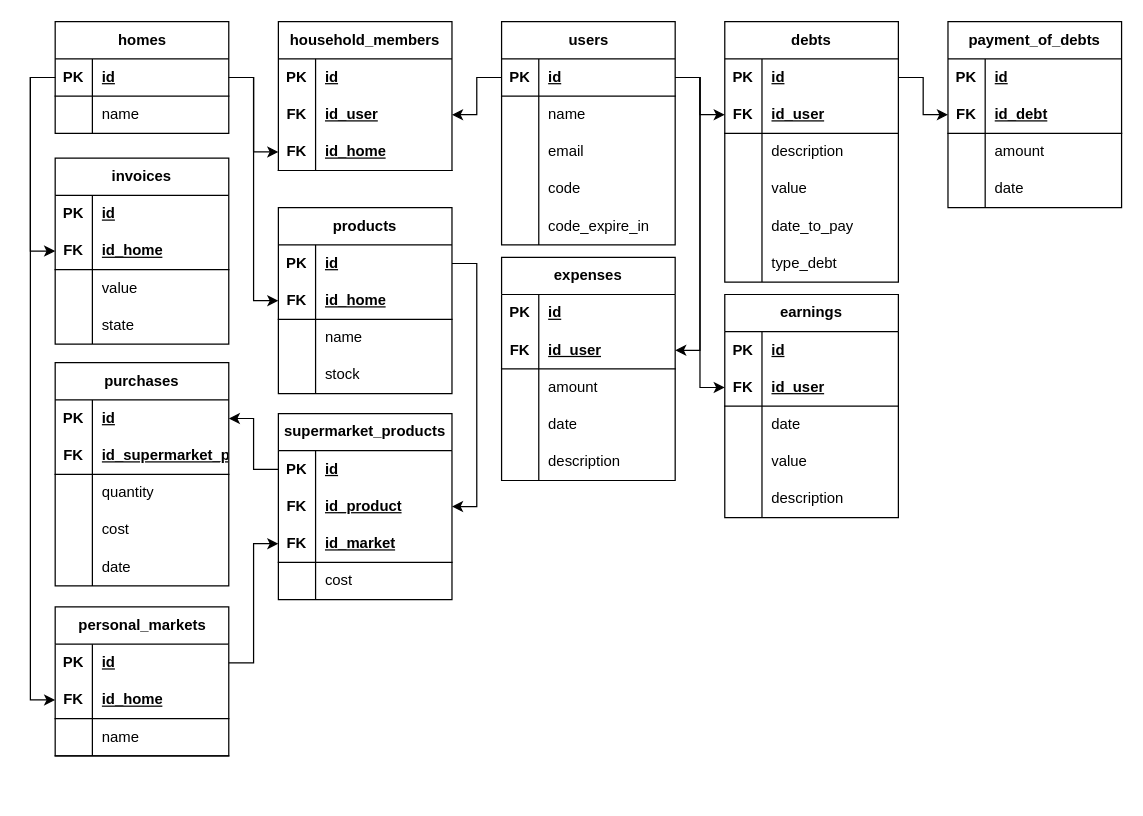
This is docs/db-home.drawio from yxd99/api-sweet-home, a draw.io file, before an edit. Source tidied: cells renumbered, new cells numbered last; positions are measured from the earlier drawing's top-left corner, leaving out a move shared by most shapes. Both pictures are drawn from the tidied source at 124%, with x=0, y=0 at pixel (30, 21).
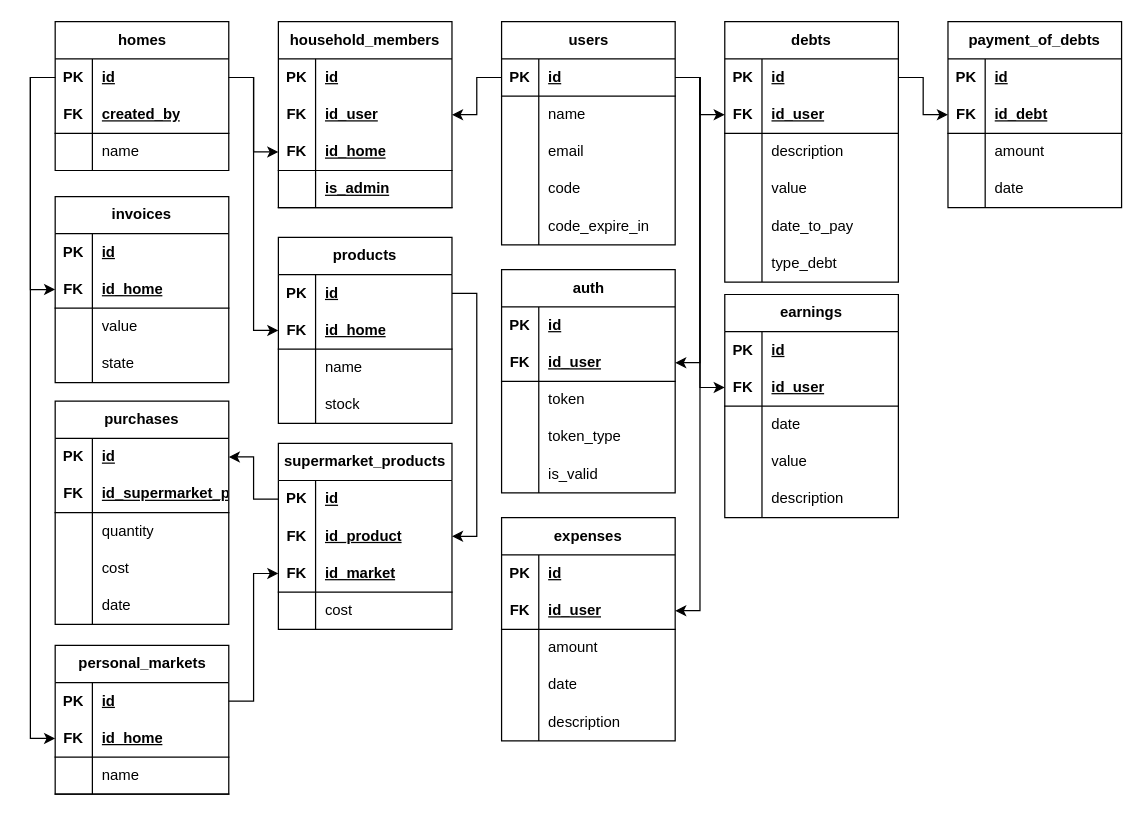
Above is the later version.

The change refers to these unchanged cells:
```xml
<mxCell id="21" style="shape=tableRow;horizontal=0;startSize=0;swimlaneHead=0;swimlaneBody=0;fillColor=none;points=[[0,0.5],[1,0.5]];portConstraint=eastwest;top=0;left=0;right=0;bottom=1;" parent="20" vertex="1">
  <mxGeometry y="30" width="140" height="30" as="geometry" />
</mxCell>
<mxCell id="89" style="shape=tableRow;horizontal=0;startSize=0;swimlaneHead=0;swimlaneBody=0;fillColor=none;points=[[0,0.5],[1,0.5]];portConstraint=eastwest;top=0;left=0;right=0;bottom=0;html=1;" parent="88" vertex="1">
  <mxGeometry y="30" width="140" height="30" as="geometry" />
</mxCell>
<mxCell id="120" style="shape=tableRow;horizontal=0;startSize=0;swimlaneHead=0;swimlaneBody=0;fillColor=none;points=[[0,0.5],[1,0.5]];portConstraint=eastwest;top=0;left=0;right=0;bottom=1;html=1;" parent="116" vertex="1">
  <mxGeometry y="60" width="140" height="30" as="geometry" />
</mxCell>
<mxCell id="137" style="shape=tableRow;horizontal=0;startSize=0;swimlaneHead=0;swimlaneBody=0;fillColor=none;points=[[0,0.5],[1,0.5]];portConstraint=eastwest;top=0;left=0;right=0;bottom=0;html=1;" parent="133" vertex="1">
  <mxGeometry y="60" width="140" height="30" as="geometry" />
</mxCell>
<mxCell id="140" style="shape=tableRow;horizontal=0;startSize=0;swimlaneHead=0;swimlaneBody=0;fillColor=none;points=[[0,0.5],[1,0.5]];portConstraint=eastwest;top=0;left=0;right=0;bottom=1;html=1;" parent="133" vertex="1">
  <mxGeometry y="90" width="140" height="30" as="geometry" />
</mxCell>
<mxCell id="165" style="shape=tableRow;horizontal=0;startSize=0;swimlaneHead=0;swimlaneBody=0;fillColor=none;points=[[0,0.5],[1,0.5]];portConstraint=eastwest;top=0;left=0;right=0;bottom=0;" parent="164" vertex="1">
  <mxGeometry y="30" width="140" height="30" as="geometry" />
</mxCell>
<mxCell id="168" style="shape=tableRow;horizontal=0;startSize=0;swimlaneHead=0;swimlaneBody=0;fillColor=none;points=[[0,0.5],[1,0.5]];portConstraint=eastwest;top=0;left=0;right=0;bottom=1;" parent="164" vertex="1">
  <mxGeometry y="60" width="140" height="30" as="geometry" />
</mxCell>
```

Change to the diagram source:
```diff
@@
     <mxCell id="2" value="homes" style="shape=table;startSize=30;childLayout=tableLayout;rowLines=0;fontStyle=1;align=center;html=1;" parent="1" vertex="1">
-      <mxGeometry x="20" width="140" height="90" as="geometry" />
+      <mxGeometry x="20" width="140" height="120" as="geometry" />
     </mxCell>
-    <mxCell id="3" style="shape=tableRow;horizontal=0;startSize=0;swimlaneHead=0;swimlaneBody=0;fillColor=none;points=[[0,0.5],[1,0.5]];portConstraint=eastwest;top=0;left=0;right=0;bottom=1;" parent="2" vertex="1">
+    <mxCell id="3" style="shape=tableRow;horizontal=0;startSize=0;swimlaneHead=0;swimlaneBody=0;fillColor=none;points=[[0,0.5],[1,0.5]];portConstraint=eastwest;top=0;left=0;right=0;bottom=0;swimlaneLine=1;" parent="2" vertex="1">
       <mxGeometry y="30" width="140" height="30" as="geometry" />
     </mxCell>
@@
+    <mxCell id="176" style="shape=tableRow;horizontal=0;startSize=0;swimlaneHead=0;swimlaneBody=0;fillColor=none;top=0;left=0;right=0;bottom=1;" parent="2" vertex="1">
+      <mxGeometry y="60" width="140" height="30" as="geometry" />
+    </mxCell>
+    <mxCell id="177" value="FK" style="shape=partialRectangle;fillColor=none;top=0;left=0;bottom=0;right=0;fontStyle=1;overflow=hidden;whiteSpace=wrap;html=1;" parent="176" vertex="1">
+      <mxGeometry width="30" height="30" as="geometry" />
+    </mxCell>
+    <mxCell id="178" value="created_by" style="shape=partialRectangle;fillColor=none;top=0;left=0;bottom=0;right=0;align=left;spacingLeft=6;fontStyle=5;overflow=hidden;whiteSpace=wrap;html=1;" parent="176" vertex="1">
+      <mxGeometry x="30" width="110" height="30" as="geometry" />
+    </mxCell>
     <mxCell id="6" style="shape=tableRow;horizontal=0;startSize=0;swimlaneHead=0;swimlaneBody=0;fillColor=none;top=0;left=0;right=0;bottom=0;" parent="2" vertex="1">
-      <mxGeometry y="60" width="140" height="30" as="geometry" />
+      <mxGeometry y="90" width="140" height="30" as="geometry" />
     </mxCell>
@@
     <mxCell id="9" value="household_members" style="shape=table;startSize=30;childLayout=tableLayout;rowLines=0;fontStyle=1;align=center;html=1;whiteSpace=wrap;" parent="1" vertex="1">
-      <mxGeometry x="200" width="140" height="120" as="geometry" />
+      <mxGeometry x="200" width="140" height="150" as="geometry" />
     </mxCell>
@@
+    <mxCell id="179" style="shape=tableRow;horizontal=0;startSize=0;swimlaneHead=0;swimlaneBody=0;fillColor=none;top=0;left=0;right=0;bottom=1;html=1;" parent="9" vertex="1">
+      <mxGeometry y="120" width="140" height="30" as="geometry" />
+    </mxCell>
+    <mxCell id="180" style="shape=partialRectangle;fillColor=none;top=0;left=0;bottom=0;right=0;fontStyle=1;overflow=hidden;html=1;whiteSpace=wrap;" parent="179" vertex="1">
+      <mxGeometry width="30" height="30" as="geometry" />
+    </mxCell>
+    <mxCell id="181" value="is_admin" style="shape=partialRectangle;fillColor=none;top=0;left=0;bottom=0;right=0;align=left;spacingLeft=6;fontStyle=5;overflow=hidden;html=1;whiteSpace=wrap;" parent="179" vertex="1">
+      <mxGeometry x="30" width="110" height="30" as="geometry" />
+    </mxCell>
@@
     <mxCell id="57" value="invoices" style="shape=table;startSize=30;childLayout=tableLayout;rowLines=0;fontStyle=1;align=center;html=1;whiteSpace=wrap;" parent="1" vertex="1">
-      <mxGeometry x="20" y="110" width="140" height="150" as="geometry" />
+      <mxGeometry x="20" y="141" width="140" height="150" as="geometry" />
     </mxCell>
@@
     <mxCell id="88" value="products" style="shape=table;startSize=30;childLayout=tableLayout;rowLines=0;fontStyle=1;align=center;html=1;whiteSpace=wrap;" parent="1" vertex="1">
-      <mxGeometry x="200" y="150" width="140" height="150" as="geometry" />
+      <mxGeometry x="200" y="174" width="140" height="150" as="geometry" />
     </mxCell>
@@
     <mxCell id="116" value="expenses" style="shape=table;startSize=30;childLayout=tableLayout;rowLines=0;fontStyle=1;align=center;html=1;whiteSpace=wrap;" parent="1" vertex="1">
-      <mxGeometry x="380" y="190" width="140" height="180" as="geometry" />
+      <mxGeometry x="380" y="400" width="140" height="180" as="geometry" />
     </mxCell>
@@
-    <mxCell id="132" style="edgeStyle=orthogonalEdgeStyle;rounded=0;jettySize=auto;html=1;" parent="1" edge="1" source="21" target="120">
-      <mxGeometry relative="1" as="geometry">
-        <Array as="points">
-          <mxPoint x="540" y="45" />
-          <mxPoint x="540" y="265" />
-        </Array>
-      </mxGeometry>
-    </mxCell>
     <mxCell id="133" value="supermarket_products" style="shape=table;startSize=30;childLayout=tableLayout;rowLines=0;fontStyle=1;align=center;html=1;whiteSpace=wrap;" parent="1" vertex="1">
-      <mxGeometry x="200" y="316" width="140" height="150" as="geometry" />
+      <mxGeometry x="200" y="340" width="140" height="150" as="geometry" />
     </mxCell>
@@
-    <mxCell id="146" style="edgeStyle=orthogonalEdgeStyle;rounded=0;jettySize=auto;html=1;entryX=1;entryY=0.5;entryDx=0;entryDy=0;" parent="1" edge="1" source="89" target="137">
-      <mxGeometry relative="1" as="geometry">
-        <Array as="points">
-          <mxPoint x="360" y="195" />
-          <mxPoint x="360" y="391" />
-        </Array>
-      </mxGeometry>
-    </mxCell>
     <mxCell id="147" value="purchases" style="shape=table;startSize=30;childLayout=tableLayout;rowLines=0;fontStyle=1;align=center;html=1;whiteSpace=wrap;" parent="1" vertex="1">
-      <mxGeometry x="20" y="275" width="140" height="180" as="geometry" />
+      <mxGeometry x="20" y="306" width="140" height="180" as="geometry" />
     </mxCell>
@@
     <mxCell id="164" value="personal_markets" style="shape=table;startSize=30;childLayout=tableLayout;rowLines=0;fontStyle=1;align=center;html=1;" parent="1" vertex="1">
-      <mxGeometry x="20" y="472" width="140" height="120" as="geometry" />
+      <mxGeometry x="20" y="503" width="140" height="120" as="geometry" />
     </mxCell>
@@
+    <mxCell id="175" style="edgeStyle=orthogonalEdgeStyle;rounded=0;jettySize=auto;html=1;" parent="1" edge="1" source="165" target="140">
+      <mxGeometry relative="1" as="geometry" />
+    </mxCell>
+    <mxCell id="146" style="edgeStyle=orthogonalEdgeStyle;rounded=0;jettySize=auto;html=1;exitX=1;exitY=0.5;exitDx=0;exitDy=0;" parent="1" edge="1" source="89" target="137">
+      <mxGeometry relative="1" as="geometry" />
+    </mxCell>
+    <mxCell id="132" style="edgeStyle=orthogonalEdgeStyle;rounded=0;jettySize=auto;html=1;exitX=1;exitY=0.5;exitDx=0;exitDy=0;" parent="1" edge="1" source="21" target="120">
+      <mxGeometry relative="1" as="geometry" />
+    </mxCell>
+    <mxCell id="182" value="auth" style="shape=table;startSize=30;childLayout=tableLayout;rowLines=0;fontStyle=1;align=center;html=1;" parent="1" vertex="1">
+      <mxGeometry x="380" y="200" width="140" height="180" as="geometry" />
+    </mxCell>
+    <mxCell id="183" style="shape=tableRow;horizontal=0;startSize=0;swimlaneHead=0;swimlaneBody=0;fillColor=none;top=0;left=0;right=0;bottom=0;" parent="182" vertex="1">
+      <mxGeometry y="30" width="140" height="30" as="geometry" />
+    </mxCell>
+    <mxCell id="184" value="PK" style="shape=partialRectangle;fillColor=none;top=0;left=0;bottom=0;right=0;fontStyle=1;overflow=hidden;whiteSpace=wrap;html=1;" parent="183" vertex="1">
+      <mxGeometry width="30" height="30" as="geometry" />
+    </mxCell>
+    <mxCell id="185" value="id" style="shape=partialRectangle;fillColor=none;top=0;left=0;bottom=0;right=0;align=left;spacingLeft=6;fontStyle=5;overflow=hidden;whiteSpace=wrap;html=1;" parent="183" vertex="1">
+      <mxGeometry x="30" width="110" height="30" as="geometry" />
+    </mxCell>
+    <mxCell id="186" style="shape=tableRow;horizontal=0;startSize=0;swimlaneHead=0;swimlaneBody=0;fillColor=none;points=[[0,0.5],[1,0.5]];portConstraint=eastwest;top=0;left=0;right=0;bottom=1;" parent="182" vertex="1">
+      <mxGeometry y="60" width="140" height="30" as="geometry" />
+    </mxCell>
+    <mxCell id="187" value="FK" style="shape=partialRectangle;fillColor=none;top=0;left=0;bottom=0;right=0;fontStyle=1;overflow=hidden;whiteSpace=wrap;html=1;" parent="186" vertex="1">
+      <mxGeometry width="30" height="30" as="geometry" />
+    </mxCell>
+    <mxCell id="188" value="id_user" style="shape=partialRectangle;fillColor=none;top=0;left=0;bottom=0;right=0;align=left;spacingLeft=6;fontStyle=5;overflow=hidden;whiteSpace=wrap;html=1;" parent="186" vertex="1">
+      <mxGeometry x="30" width="110" height="30" as="geometry" />
+    </mxCell>
+    <mxCell id="189" style="shape=tableRow;horizontal=0;startSize=0;swimlaneHead=0;swimlaneBody=0;fillColor=none;top=0;left=0;right=0;bottom=0;" parent="182" vertex="1">
+      <mxGeometry y="90" width="140" height="30" as="geometry" />
+    </mxCell>
+    <mxCell id="190" style="shape=partialRectangle;fillColor=none;top=0;left=0;bottom=0;right=0;overflow=hidden;whiteSpace=wrap;html=1;" parent="189" vertex="1">
+      <mxGeometry width="30" height="30" as="geometry" />
+    </mxCell>
+    <mxCell id="191" value="token" style="shape=partialRectangle;fillColor=none;top=0;left=0;bottom=0;right=0;align=left;spacingLeft=6;overflow=hidden;whiteSpace=wrap;html=1;" parent="189" vertex="1">
+      <mxGeometry x="30" width="110" height="30" as="geometry" />
+    </mxCell>
+    <mxCell id="192" style="shape=tableRow;horizontal=0;startSize=0;swimlaneHead=0;swimlaneBody=0;fillColor=none;top=0;left=0;right=0;bottom=0;" parent="182" vertex="1">
+      <mxGeometry y="120" width="140" height="30" as="geometry" />
+    </mxCell>
+    <mxCell id="193" style="shape=partialRectangle;fillColor=none;top=0;left=0;bottom=0;right=0;overflow=hidden;whiteSpace=wrap;html=1;" parent="192" vertex="1">
+      <mxGeometry width="30" height="30" as="geometry" />
+    </mxCell>
+    <mxCell id="194" value="token_type" style="shape=partialRectangle;fillColor=none;top=0;left=0;bottom=0;right=0;align=left;spacingLeft=6;overflow=hidden;whiteSpace=wrap;html=1;" parent="192" vertex="1">
+      <mxGeometry x="30" width="110" height="30" as="geometry" />
+    </mxCell>
+    <mxCell id="195" style="shape=tableRow;horizontal=0;startSize=0;swimlaneHead=0;swimlaneBody=0;fillColor=none;top=0;left=0;right=0;bottom=0;" parent="182" vertex="1">
+      <mxGeometry y="150" width="140" height="30" as="geometry" />
+    </mxCell>
+    <mxCell id="196" style="shape=partialRectangle;fillColor=none;top=0;left=0;bottom=0;right=0;overflow=hidden;whiteSpace=wrap;html=1;" parent="195" vertex="1">
+      <mxGeometry width="30" height="30" as="geometry" />
+    </mxCell>
+    <mxCell id="197" value="is_valid" style="shape=partialRectangle;fillColor=none;top=0;left=0;bottom=0;right=0;align=left;spacingLeft=6;overflow=hidden;whiteSpace=wrap;html=1;" parent="195" vertex="1">
+      <mxGeometry x="30" width="110" height="30" as="geometry" />
+    </mxCell>
+    <mxCell id="198" style="edgeStyle=orthogonalEdgeStyle;rounded=0;jettySize=auto;html=1;exitX=1;exitY=0.5;exitDx=0;exitDy=0;" parent="1" edge="1" source="21" target="186">
+      <mxGeometry relative="1" as="geometry" />
+    </mxCell>
-    <mxCell id="174" style="edgeStyle=orthogonalEdgeStyle;rounded=0;jettySize=auto;html=1;entryX=0;entryY=0.5;entryDx=0;entryDy=0;" parent="1" edge="1" source="3" target="168">
-      <mxGeometry relative="1" as="geometry">
-        <Array as="points">
-          <mxPoint y="45" />
-          <mxPoint y="547" />
-        </Array>
-      </mxGeometry>
+    <mxCell id="174" style="edgeStyle=orthogonalEdgeStyle;rounded=0;jettySize=auto;html=1;exitX=0;exitY=0.5;exitDx=0;exitDy=0;entryX=0;entryY=0.5;entryDx=0;entryDy=0;" parent="1" edge="1" source="3" target="168">
+      <mxGeometry relative="1" as="geometry" />
     </mxCell>
-    <mxCell id="175" style="edgeStyle=orthogonalEdgeStyle;rounded=0;jettySize=auto;html=1;" parent="1" edge="1" source="165" target="140">
-      <mxGeometry relative="1" as="geometry" />
-    </mxCell>
```
